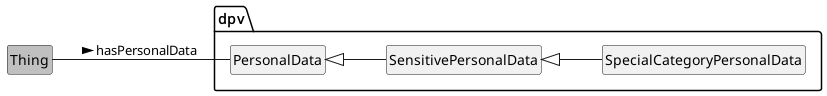
jeswr/dpv keeps this PlantUML diagram as diagrams/overview_PD.png. Above is the earlier version. Its source is kept beside it as 2.0/diagrams/plantuml/overview_PD.plantuml.
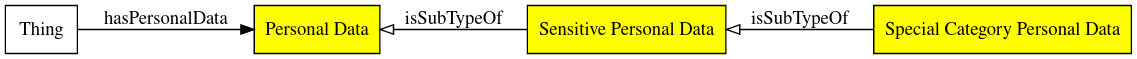
The same diagram one commit later.

What changed in the source:
```diff
@@ -4,15 +4,12 @@
 
 class Thing #silver
 package dpv {
-  	class Data
 	class PersonalData
 	class SpecialCategoryPersonalData
 	class SensitivePersonalData
 }
 
 Thing -- PersonalData : hasPersonalData >
-Thing -- Data : hasData >
-Data <|-- PersonalData
 PersonalData <|-- SensitivePersonalData
 SensitivePersonalData <|-- SpecialCategoryPersonalData
 
```
